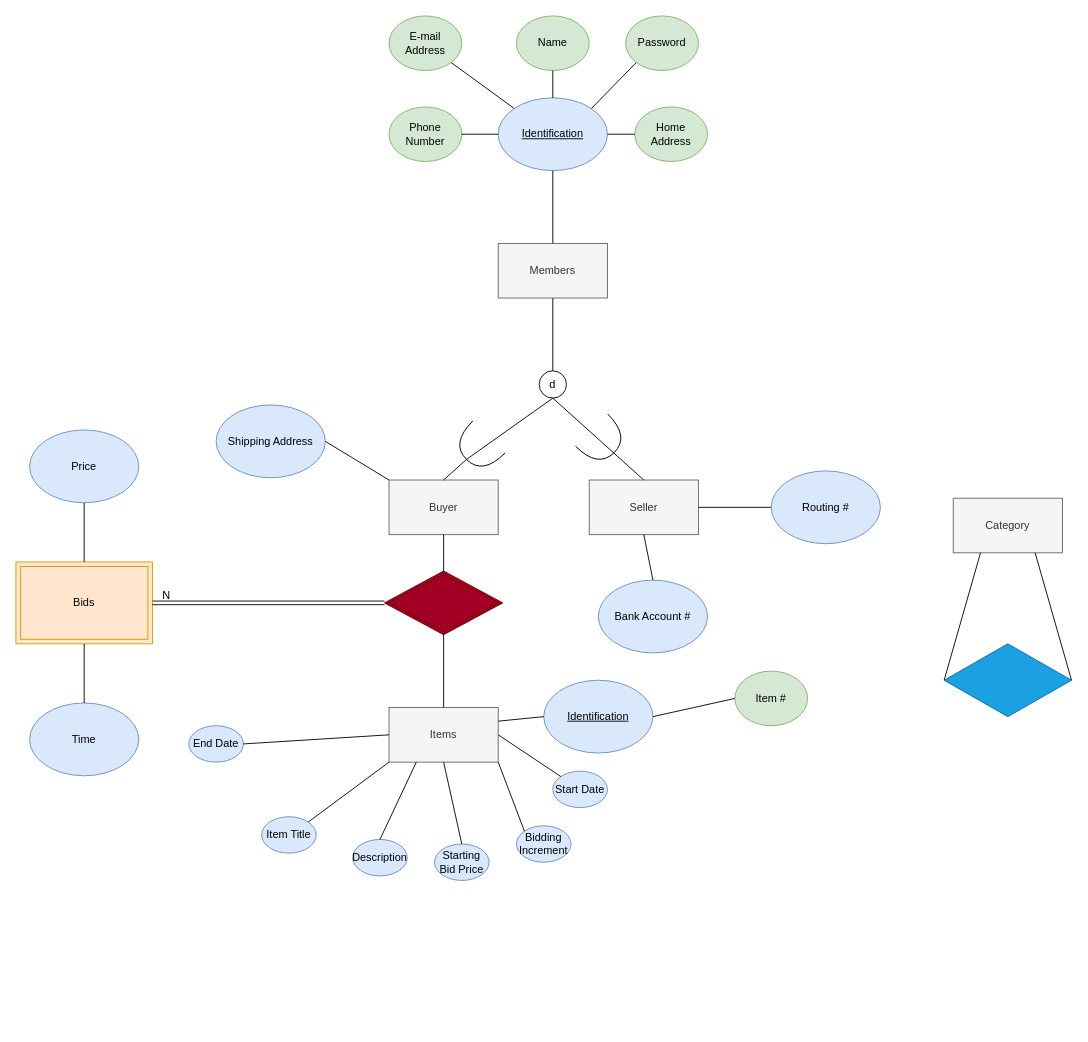
The draw.io diagram EER Modelling.drawio in William-BC-CA/CPSC2221_EER_Modelling_Diagram, before the edit. Source tidied: cells renumbered, new cells numbered last; positions are measured from the earlier drawing's top-left corner, leaving out a move shared by most shapes. Both pictures are drawn from the tidied source at 91%, with x=0, y=0 at pixel (15, 15).
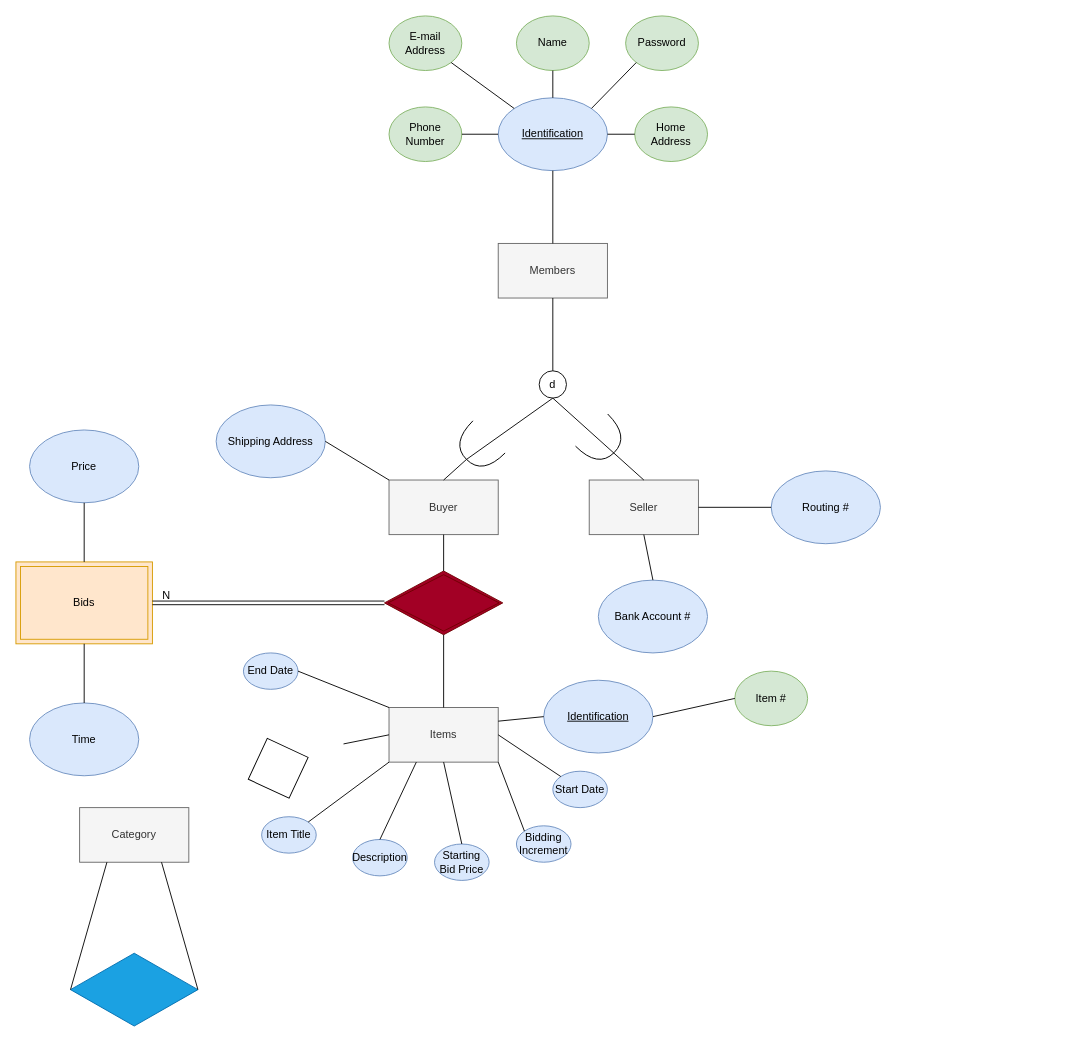
After the change.

The change refers to these unchanged cells:
```xml
<mxCell id="30" value="Items" style="rounded=0;whiteSpace=wrap;html=1;fillColor=#f5f5f5;fontColor=#333333;strokeColor=#666666;" parent="1" vertex="1">
  <mxGeometry x="410" y="760" width="120" height="60" as="geometry" />
</mxCell>
```

Diff of the diagram source:
```diff
@@
     <mxCell id="38" value="End Date" style="ellipse;whiteSpace=wrap;html=1;fillColor=#dae8fc;strokeColor=#6c8ebf;" parent="1" vertex="1">
-      <mxGeometry x="190" y="780" width="60" height="40" as="geometry" />
+      <mxGeometry x="250" y="700" width="60" height="40" as="geometry" />
     </mxCell>
@@
-    <mxCell id="41" style="endArrow=none;html=1;rounded=0;exitX=1;exitY=0.5;exitDx=0;exitDy=0;entryX=0;entryY=0.5;entryDx=0;entryDy=0;" parent="1" edge="1" source="38" target="30">
+    <mxCell id="41" style="endArrow=none;html=1;rounded=0;exitX=1;exitY=0.5;exitDx=0;exitDy=0;entryX=0;entryY=0;entryDx=0;entryDy=0;" parent="1" edge="1" source="38" target="30">
       <mxGeometry relative="1" as="geometry" />
     </mxCell>
@@
     <mxCell id="47" value="Category" style="rounded=0;whiteSpace=wrap;html=1;fillColor=#f5f5f5;fontColor=#333333;strokeColor=#666666;" parent="1" vertex="1">
-      <mxGeometry x="1030" y="530" width="120" height="60" as="geometry" />
+      <mxGeometry x="70" y="870" width="120" height="60" as="geometry" />
     </mxCell>
     <mxCell id="48" style="rhombus;whiteSpace=wrap;html=1;fillColor=#1ba1e2;fontColor=#ffffff;strokeColor=#006EAF;" parent="1" vertex="1">
-      <mxGeometry x="1020" y="690" width="140" height="80" as="geometry" />
+      <mxGeometry x="60" y="1030" width="140" height="80" as="geometry" />
     </mxCell>
@@
+    <mxCell id="61" style="endArrow=none;html=1;rounded=0;entryX=0;entryY=0.5;entryDx=0;entryDy=0;" parent="1" edge="1" target="30">
+      <mxGeometry relative="1" as="geometry">
+        <mxPoint x="360" y="800" as="sourcePoint" />
+      </mxGeometry>
+    </mxCell>
+    <mxCell id="62" style="rhombus;whiteSpace=wrap;html=1;rotation=-20;" parent="1" vertex="1">
+      <mxGeometry x="253.2" y="791.8" width="70" height="70" as="geometry" />
+    </mxCell>
```
